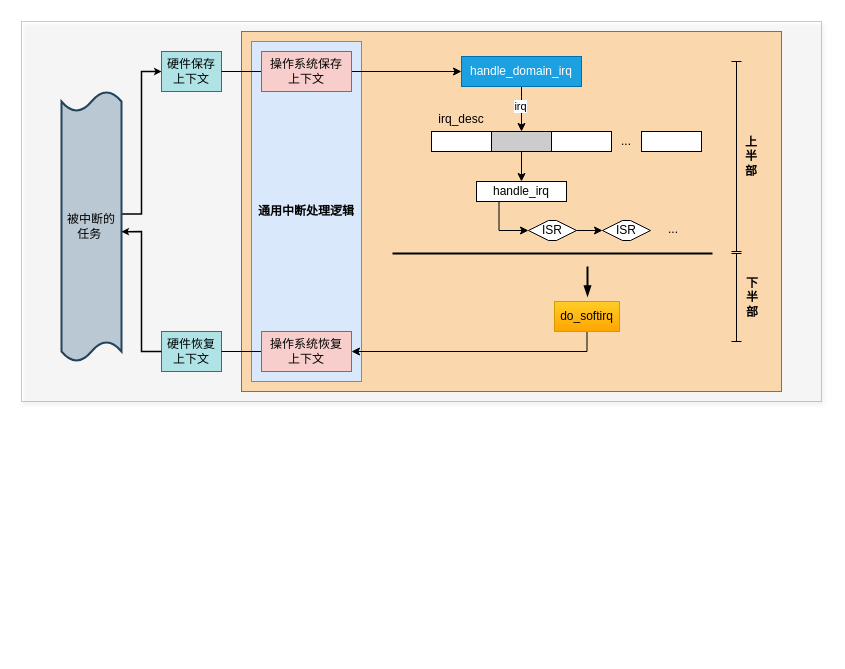
The draw.io diagram page "第 1 页" (1 of 2) of linux/linux_interrupt.drawio in Aspiresky/draw.io, before the edit. Source tidied: cells renumbered, new cells numbered last; positions are measured from the earlier drawing's top-left corner, leaving out a move shared by most shapes. Both pictures are drawn from the tidied source at 100%, with x=0, y=0 at pixel (21, 21).
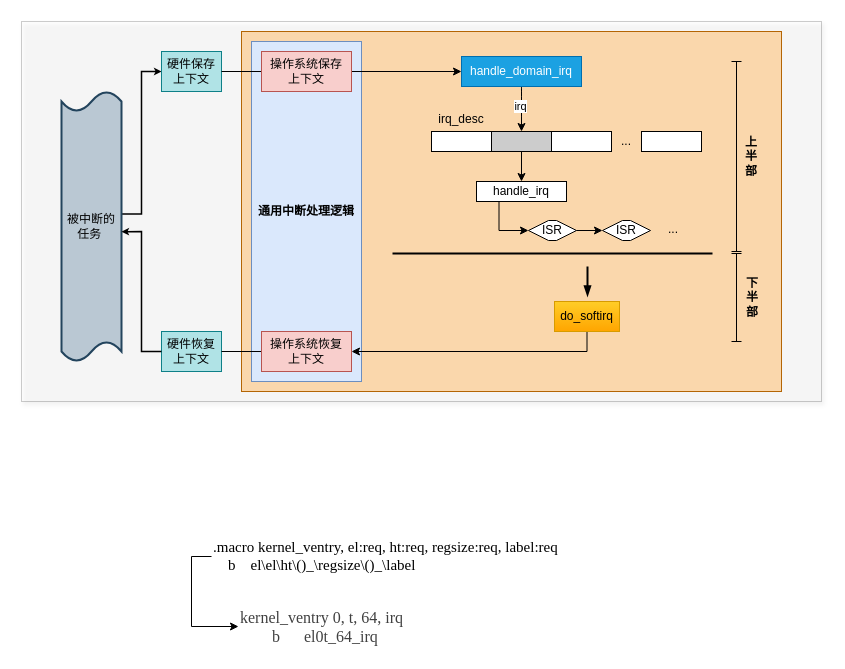
Above is the later version.

What changed in the source:
```diff
@@
+    <mxCell id="39" style="edgeStyle=orthogonalEdgeStyle;rounded=0;jettySize=auto;html=1;entryX=0;entryY=0.5;entryDx=0;entryDy=0;exitX=0;exitY=0.5;exitDx=0;exitDy=0;fontFamily=Times New Roman;" parent="1" edge="1" source="40" target="41">
+      <mxGeometry relative="1" as="geometry" />
+    </mxCell>
+    <mxCell id="40" value=".macro kernel_ventry, el:req, ht:req, regsize:req, label:req&#10;    b    el\el\ht\()_\regsize\()_\label" style="text;whiteSpace=wrap;fontSize=15;fontFamily=Times New Roman;" parent="1" vertex="1">
+      <mxGeometry x="190" y="510" width="393" height="50" as="geometry" />
+    </mxCell>
+    <mxCell id="41" value="&lt;span style=&quot;color: rgba(0, 0, 0, 0.75); font-size: 16px; font-style: normal; font-variant-ligatures: no-common-ligatures; font-variant-caps: normal; font-weight: 400; letter-spacing: normal; orphans: 2; text-align: left; text-indent: 0px; text-transform: none; widows: 2; word-spacing: 0px; -webkit-text-stroke-width: 0px; white-space: normal; background-color: rgb(255, 255, 255); text-decoration-thickness: initial; text-decoration-style: initial; text-decoration-color: initial; float: none; display: inline !important;&quot;&gt;kernel_ventry 0, t, 64, irq&lt;/span&gt;&lt;div&gt;&lt;span style=&quot;color: rgba(0, 0, 0, 0.75); font-size: 16px; font-style: normal; font-variant-ligatures: no-common-ligatures; font-variant-caps: normal; font-weight: 400; letter-spacing: normal; orphans: 2; text-align: left; text-indent: 0px; text-transform: none; widows: 2; word-spacing: 0px; -webkit-text-stroke-width: 0px; white-space: normal; background-color: rgb(255, 255, 255); text-decoration-thickness: initial; text-decoration-style: initial; text-decoration-color: initial; float: none; display: inline !important;&quot;&gt;&lt;span style=&quot;white-space: pre;&quot;&gt;&#9;&lt;/span&gt;&lt;/span&gt;&lt;span style=&quot;background-color: rgb(255, 255, 255); color: rgba(0, 0, 0, 0.75); font-size: 16px; font-variant-ligatures: no-common-ligatures;&quot;&gt;b&lt;span style=&quot;white-space: pre;&quot;&gt;&#9;&lt;/span&gt;el0t_64_irq&lt;/span&gt;&lt;/div&gt;" style="text;whiteSpace=wrap;html=1;fontFamily=Times New Roman;" parent="1" vertex="1">
+      <mxGeometry x="217" y="580" width="380" height="50" as="geometry" />
+    </mxCell>
```
